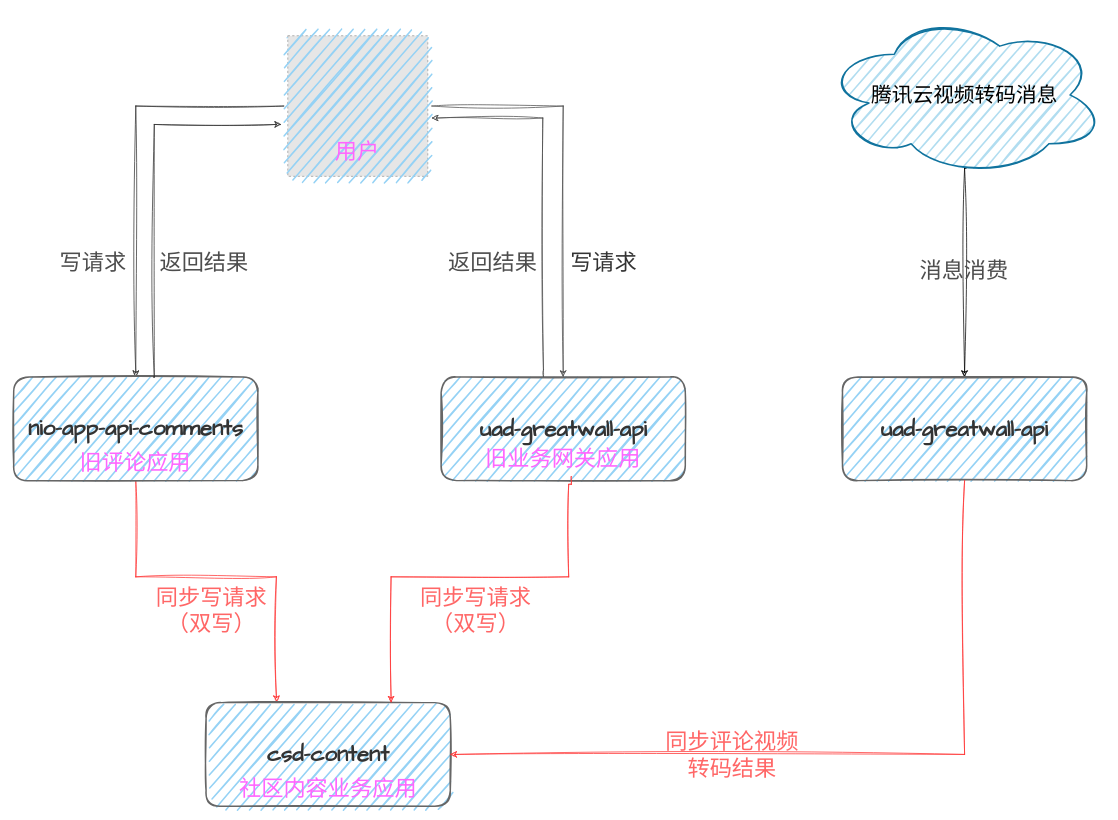
Before: pictures/评论数据双写.drawio in dimdark/my-drawio, a draw.io diagram. Source tidied: cells renumbered, new cells numbered last; positions are measured from the earlier drawing's top-left corner, leaving out a move shared by most shapes. Both pictures are drawn from the tidied source at 74%, with x=0, y=0 at pixel (13, 13). Pictures stored in the file or linked from it are replaced by grey dashed boxes.
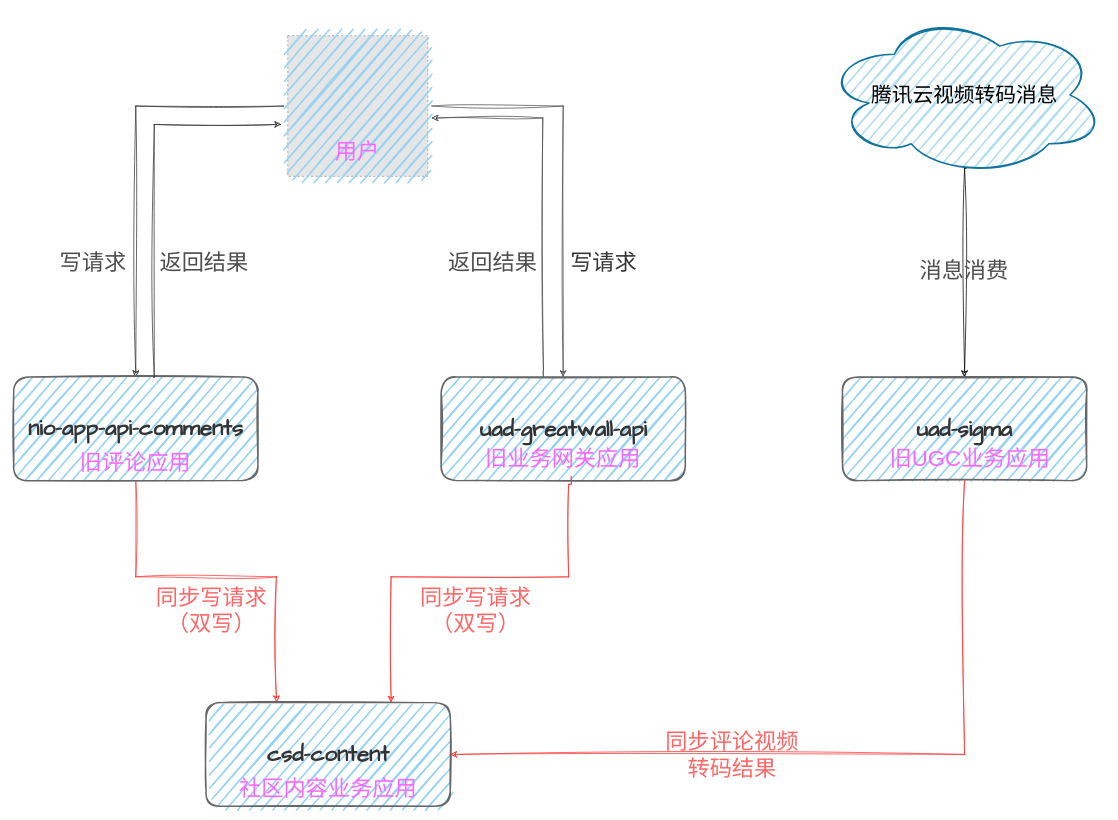
Above is the later version.

Commit message:
更新评论数据双写.drawio

Change to the diagram source:
```diff
@@
-    <mxCell id="25" value="&lt;p style=&quot;line-height: 140%; font-size: 30px;&quot;&gt;&lt;font color=&quot;#333333&quot;&gt;&lt;b&gt;uad-greatwall-api&lt;/b&gt;&lt;/font&gt;&lt;/p&gt;" style="rounded=1;whiteSpace=wrap;html=1;shadow=0;glass=0;sketch=1;fillWeight=2;hachureGap=12;hachureAngle=-41;jiggle=1;curveFitting=1;simplification=0;strokeColor=#666666;strokeWidth=2;fontFamily=Architects Daughter;fontSize=30;fontColor=#666666;fillColor=#95D2F5;" parent="1" vertex="1">
+    <mxCell id="25" value="&lt;p style=&quot;line-height: 140%; font-size: 30px;&quot;&gt;&lt;font color=&quot;#333333&quot;&gt;&lt;b&gt;uad-sigma&lt;/b&gt;&lt;/font&gt;&lt;/p&gt;" style="rounded=1;whiteSpace=wrap;html=1;shadow=0;glass=0;sketch=1;fillWeight=2;hachureGap=12;hachureAngle=-41;jiggle=1;curveFitting=1;simplification=0;strokeColor=#666666;strokeWidth=2;fontFamily=Architects Daughter;fontSize=30;fontColor=#666666;fillColor=#95D2F5;" parent="1" vertex="1">
       <mxGeometry x="1120" y="491" width="330" height="140" as="geometry" />
     </mxCell>
@@
+    <mxCell id="29" value="旧UGC业务应用" style="text;html=1;strokeColor=none;fillColor=none;align=center;verticalAlign=middle;whiteSpace=wrap;rounded=0;sketch=1;fontSize=30;fontColor=#FF66FF;" parent="1" vertex="1">
+      <mxGeometry x="1180" y="581" width="225.1" height="40" as="geometry" />
+    </mxCell>
```
